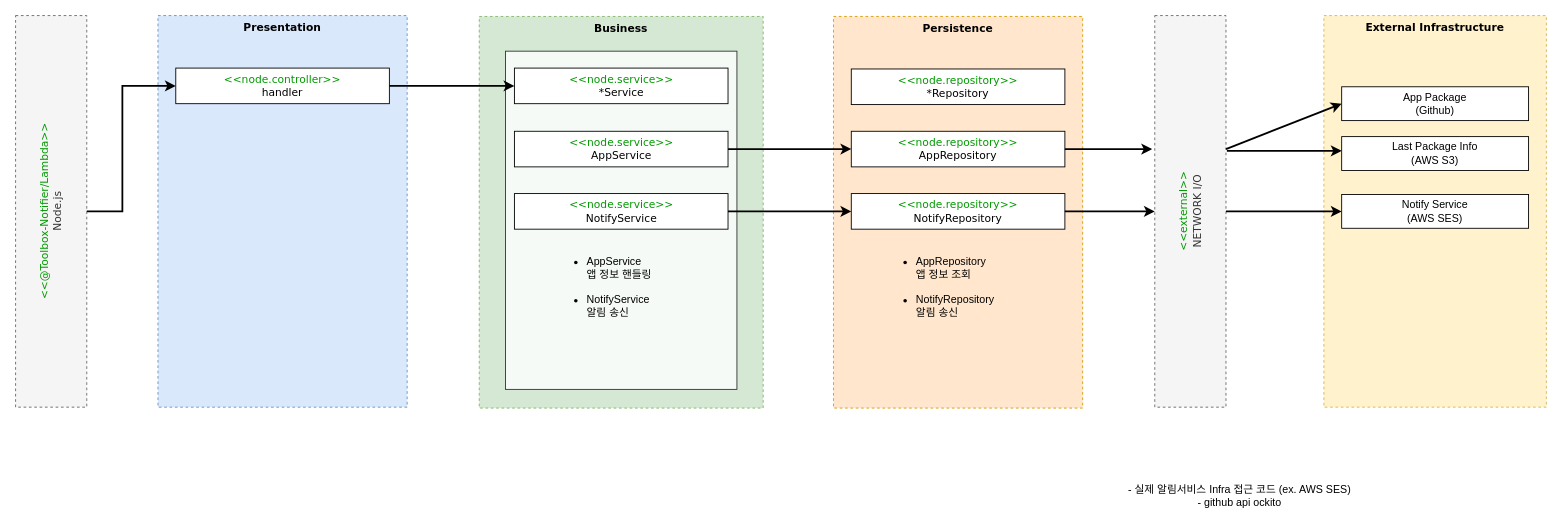
The draw.io diagram page "Code Architecture" (1 of 3) of docs/Architecture-Document.drawio in milkcoke/Toolbox-Notifier, before the edit. Source tidied: cells renumbered, new cells numbered last; positions are measured from the earlier drawing's top-left corner, leaving out a move shared by most shapes. Both pictures are drawn from the tidied source at 89%, with x=0, y=0 at pixel (15, 15).
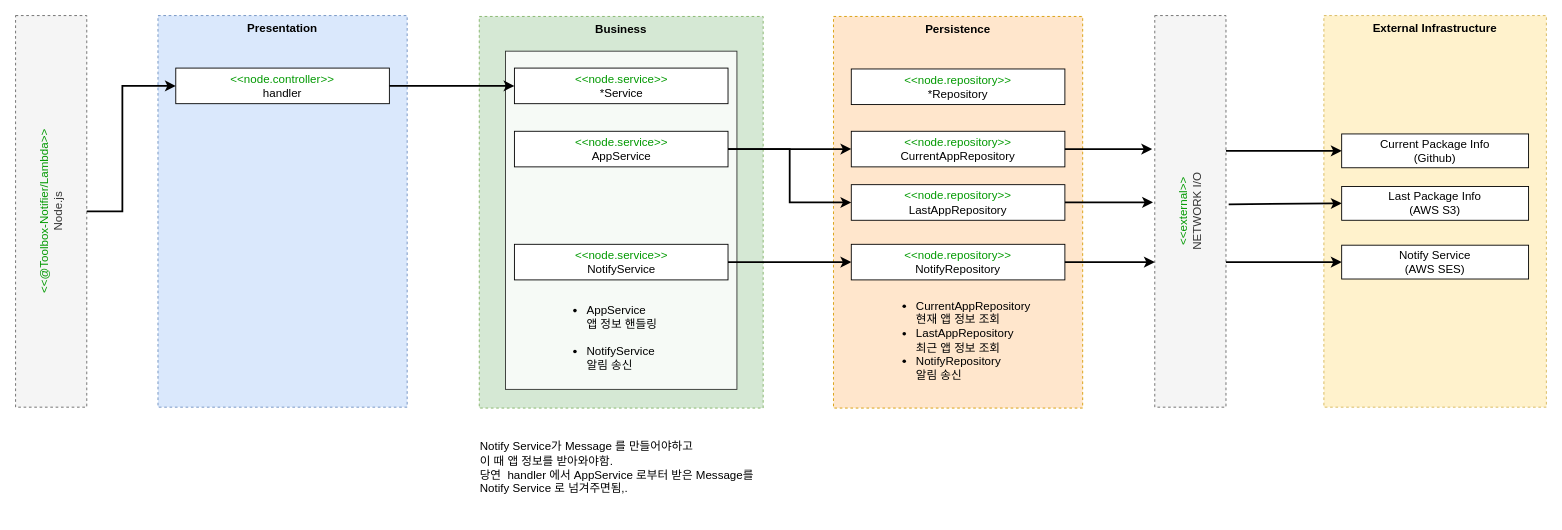
The same page after the edit.

Diff of the diagram source:
```diff
@@
-    <mxCell id="2" value="&lt;font color=&quot;#009900&quot;&gt;&amp;lt;&amp;lt;@Toolbox-Notifier/Lambda&amp;gt;&amp;gt;&lt;/font&gt;&lt;br&gt;Node.js" style="rounded=0;whiteSpace=wrap;html=1;fontFamily=Verdana;fontColor=#333333;horizontal=0;fontStyle=0;fillColor=#f5f5f5;dashed=1;strokeColor=#666666;" parent="1" vertex="1">
+    <mxCell id="2" value="&lt;font color=&quot;#009900&quot; style=&quot;font-size: 13px;&quot;&gt;&amp;lt;&amp;lt;@Toolbox-Notifier/Lambda&amp;gt;&amp;gt;&lt;/font&gt;&lt;br style=&quot;font-size: 13px;&quot;&gt;Node.js" style="rounded=0;whiteSpace=wrap;html=1;fontFamily=AppleSDGothicNeoM00;fontColor=#333333;horizontal=0;fontStyle=0;fillColor=#f5f5f5;dashed=1;strokeColor=#666666;fontSize=13;" parent="1" vertex="1">
       <mxGeometry width="80" height="440" as="geometry" />
     </mxCell>
-    <mxCell id="3" value="&lt;span&gt;&lt;b&gt;Presentation&lt;/b&gt;&lt;/span&gt;" style="rounded=0;whiteSpace=wrap;html=1;fontFamily=Verdana;strokeColor=#6c8ebf;fillColor=#dae8fc;align=center;verticalAlign=top;dashed=1;fontStyle=0;" parent="1" vertex="1">
+    <mxCell id="3" value="&lt;span style=&quot;font-size: 13px;&quot;&gt;&lt;b style=&quot;font-size: 13px;&quot;&gt;Presentation&lt;/b&gt;&lt;/span&gt;" style="rounded=0;whiteSpace=wrap;html=1;fontFamily=AppleSDGothicNeoM00;strokeColor=#6c8ebf;fillColor=#dae8fc;align=center;verticalAlign=top;dashed=1;fontStyle=0;fontSize=13;" parent="1" vertex="1">
       <mxGeometry x="160" width="280" height="440" as="geometry" />
     </mxCell>
-    <mxCell id="4" value="&lt;font color=&quot;#009900&quot;&gt;&amp;lt;&amp;lt;node.controller&amp;gt;&amp;gt;&lt;/font&gt;&lt;br&gt;handler" style="rounded=0;whiteSpace=wrap;html=1;horizontal=1;fontFamily=Verdana;fontStyle=0;" parent="1" vertex="1">
+    <mxCell id="4" value="&lt;font color=&quot;#009900&quot; style=&quot;font-size: 13px;&quot;&gt;&amp;lt;&amp;lt;node.controller&amp;gt;&amp;gt;&lt;/font&gt;&lt;br style=&quot;font-size: 13px;&quot;&gt;handler" style="rounded=0;whiteSpace=wrap;html=1;horizontal=1;fontFamily=AppleSDGothicNeoM00;fontStyle=0;fontSize=13;" parent="1" vertex="1">
       <mxGeometry x="180" y="59" width="240" height="40" as="geometry" />
     </mxCell>
-    <mxCell id="5" value="&lt;b&gt;Persistence&lt;/b&gt;" style="rounded=0;whiteSpace=wrap;html=1;fontFamily=Verdana;strokeColor=#d79b00;fillColor=#ffe6cc;align=center;verticalAlign=top;dashed=1;fontStyle=0;" parent="1" vertex="1">
+    <mxCell id="5" value="&lt;b style=&quot;font-size: 13px;&quot;&gt;Persistence&lt;/b&gt;" style="rounded=0;whiteSpace=wrap;html=1;fontFamily=AppleSDGothicNeoM00;strokeColor=#d79b00;fillColor=#ffe6cc;align=center;verticalAlign=top;dashed=1;fontStyle=0;fontSize=13;" parent="1" vertex="1">
       <mxGeometry x="919" y="1" width="280" height="440" as="geometry" />
     </mxCell>
-    <mxCell id="6" value="&lt;font color=&quot;#009900&quot;&gt;&amp;lt;&amp;lt;external&amp;gt;&amp;gt;&lt;/font&gt;&lt;br&gt;NETWORK I/O" style="rounded=0;whiteSpace=wrap;html=1;fontFamily=Verdana;fontColor=#333333;horizontal=0;fontStyle=0;fillColor=#f5f5f5;dashed=1;strokeColor=#666666;" parent="1" vertex="1">
+    <mxCell id="6" value="&lt;font color=&quot;#009900&quot; style=&quot;font-size: 13px;&quot;&gt;&amp;lt;&amp;lt;external&amp;gt;&amp;gt;&lt;/font&gt;&lt;br style=&quot;font-size: 13px;&quot;&gt;NETWORK I/O" style="rounded=0;whiteSpace=wrap;html=1;fontFamily=AppleSDGothicNeoM00;fontColor=#333333;horizontal=0;fontStyle=0;fillColor=#f5f5f5;dashed=1;strokeColor=#666666;fontSize=13;" parent="1" vertex="1">
       <mxGeometry x="1280" width="80" height="440" as="geometry" />
     </mxCell>
-    <mxCell id="7" value="&lt;font color=&quot;#009900&quot;&gt;&amp;lt;&amp;lt;node.repository&amp;gt;&amp;gt;&lt;/font&gt;&lt;br&gt;*Repository" style="rounded=0;whiteSpace=wrap;html=1;horizontal=1;fontFamily=Verdana;fontStyle=0;" parent="1" vertex="1">
+    <mxCell id="7" value="&lt;font color=&quot;#009900&quot; style=&quot;font-size: 13px;&quot;&gt;&amp;lt;&amp;lt;node.repository&amp;gt;&amp;gt;&lt;/font&gt;&lt;br style=&quot;font-size: 13px;&quot;&gt;*Repository" style="rounded=0;whiteSpace=wrap;html=1;horizontal=1;fontFamily=AppleSDGothicNeoM00;fontStyle=0;fontSize=13;" parent="1" vertex="1">
       <mxGeometry x="939" y="60" width="240" height="40" as="geometry" />
     </mxCell>
-    <mxCell id="8" style="endArrow=classic;html=1;rounded=0;fontFamily=Verdana;exitX=1;exitY=0.5;exitDx=0;exitDy=0;entryX=0;entryY=0.5;entryDx=0;entryDy=0;strokeWidth=2;" parent="1" edge="1" source="2" target="4">
+    <mxCell id="8" style="endArrow=classic;html=1;rounded=0;fontFamily=AppleSDGothicNeoM00;exitX=1;exitY=0.5;exitDx=0;exitDy=0;entryX=0;entryY=0.5;entryDx=0;entryDy=0;strokeWidth=2;fontSize=13;" parent="1" edge="1" source="2" target="4">
       <mxGeometry relative="1" as="geometry">
         <Array as="points">
           <mxPoint x="120" y="220" />
           <mxPoint x="120" y="79" />
         </Array>
       </mxGeometry>
     </mxCell>
-    <mxCell id="9" value="&lt;b&gt;Business&lt;/b&gt;" style="rounded=0;whiteSpace=wrap;html=1;fontFamily=Verdana;strokeColor=#82b366;fillColor=#d5e8d4;align=center;verticalAlign=top;dashed=1;fontStyle=0;" parent="1" vertex="1">
+    <mxCell id="9" value="&lt;b style=&quot;font-size: 13px;&quot;&gt;Business&lt;/b&gt;" style="rounded=0;whiteSpace=wrap;html=1;fontFamily=AppleSDGothicNeoM00;strokeColor=#82b366;fillColor=#d5e8d4;align=center;verticalAlign=top;dashed=1;fontStyle=0;fontSize=13;" parent="1" vertex="1">
       <mxGeometry x="521" y="1" width="319" height="440" as="geometry" />
     </mxCell>
-    <mxCell id="10" style="rounded=0;whiteSpace=wrap;html=1;opacity=80;" parent="1" vertex="1">
+    <mxCell id="10" style="rounded=0;whiteSpace=wrap;html=1;opacity=80;fontFamily=AppleSDGothicNeoM00;fontSize=13;" parent="1" vertex="1">
       <mxGeometry x="550.5" y="40" width="260" height="380" as="geometry" />
     </mxCell>
-    <mxCell id="11" value="&lt;font color=&quot;#009900&quot;&gt;&amp;lt;&amp;lt;node.service&amp;gt;&amp;gt;&lt;/font&gt;&lt;br&gt;*Service" style="rounded=0;whiteSpace=wrap;html=1;horizontal=1;fontFamily=Verdana;fontStyle=0;" parent="1" vertex="1">
+    <mxCell id="11" value="&lt;font color=&quot;#009900&quot; style=&quot;font-size: 13px;&quot;&gt;&amp;lt;&amp;lt;node.service&amp;gt;&amp;gt;&lt;/font&gt;&lt;br style=&quot;font-size: 13px;&quot;&gt;*Service" style="rounded=0;whiteSpace=wrap;html=1;horizontal=1;fontFamily=AppleSDGothicNeoM00;fontStyle=0;fontSize=13;" parent="1" vertex="1">
       <mxGeometry x="560.5" y="59" width="240" height="40" as="geometry" />
     </mxCell>
-    <mxCell id="12" style="endArrow=classic;html=1;rounded=0;fontFamily=Verdana;exitX=1;exitY=0.5;exitDx=0;exitDy=0;entryX=0;entryY=0.5;entryDx=0;entryDy=0;strokeWidth=2;" parent="1" edge="1" source="4" target="11">
+    <mxCell id="12" style="endArrow=classic;html=1;rounded=0;fontFamily=AppleSDGothicNeoM00;exitX=1;exitY=0.5;exitDx=0;exitDy=0;entryX=0;entryY=0.5;entryDx=0;entryDy=0;strokeWidth=2;fontSize=13;" parent="1" edge="1" source="4" target="11">
       <mxGeometry relative="1" as="geometry" />
     </mxCell>
-    <mxCell id="13" style="endArrow=classic;html=1;rounded=0;fontFamily=Verdana;entryX=0;entryY=0.5;entryDx=0;entryDy=0;exitX=1;exitY=0.5;exitDx=0;exitDy=0;strokeWidth=2;" parent="1" edge="1" source="20" target="22">
+    <mxCell id="13" style="endArrow=classic;html=1;rounded=0;fontFamily=AppleSDGothicNeoM00;entryX=0;entryY=0.5;entryDx=0;entryDy=0;exitX=1;exitY=0.5;exitDx=0;exitDy=0;strokeWidth=2;fontSize=13;" parent="1" edge="1" source="20" target="22">
       <mxGeometry relative="1" as="geometry" />
     </mxCell>
-    <mxCell id="14" value="&lt;ul&gt;&lt;li&gt;AppService&lt;br style=&quot;border-color: var(--border-color);&quot;&gt;앱 정보 핸들링&lt;br&gt;&lt;br&gt;&lt;/li&gt;&lt;li&gt;NotifyService&lt;br style=&quot;border-color: var(--border-color);&quot;&gt;알림 송신&lt;/li&gt;&lt;/ul&gt;" style="text;html=1;align=left;verticalAlign=middle;strokeColor=none;fillColor=none;" parent="1" vertex="1">
-      <mxGeometry x="600" y="250" width="130" height="110" as="geometry" />
+    <mxCell id="14" value="&lt;ul style=&quot;font-size: 13px;&quot;&gt;&lt;li style=&quot;font-size: 13px;&quot;&gt;AppService&lt;br style=&quot;border-color: var(--border-color); font-size: 13px;&quot;&gt;앱 정보 핸들링&lt;br style=&quot;font-size: 13px;&quot;&gt;&lt;br style=&quot;font-size: 13px;&quot;&gt;&lt;/li&gt;&lt;li style=&quot;font-size: 13px;&quot;&gt;NotifyService&lt;br style=&quot;border-color: var(--border-color); font-size: 13px;&quot;&gt;알림 송신&lt;/li&gt;&lt;/ul&gt;" style="text;html=1;align=left;verticalAlign=middle;strokeColor=none;fillColor=none;fontFamily=AppleSDGothicNeoM00;fontSize=13;" parent="1" vertex="1">
+      <mxGeometry x="600" y="302" width="140" height="120" as="geometry" />
     </mxCell>
-    <mxCell id="15" value="- 실제 알림서비스 Infra 접근 코드 (ex. AWS SES)&lt;br&gt;- github api ockito" style="text;html=1;align=center;verticalAlign=middle;strokeColor=none;fillColor=none;" parent="1" vertex="1">
-      <mxGeometry x="1240" y="520" width="270" height="40" as="geometry" />
-    </mxCell>
-    <mxCell id="16" value="&lt;b&gt;External Infrastructure&lt;/b&gt;" style="rounded=0;whiteSpace=wrap;html=1;fontFamily=Verdana;strokeColor=#d6b656;fillColor=#fff2cc;align=center;verticalAlign=top;dashed=1;fontStyle=0;" parent="1" vertex="1">
+    <mxCell id="16" value="&lt;b style=&quot;font-size: 13px;&quot;&gt;External Infrastructure&lt;/b&gt;" style="rounded=0;whiteSpace=wrap;html=1;fontFamily=AppleSDGothicNeoM00;strokeColor=#d6b656;fillColor=#fff2cc;align=center;verticalAlign=top;dashed=1;fontStyle=0;fontSize=13;" parent="1" vertex="1">
       <mxGeometry x="1470" width="250" height="440" as="geometry" />
     </mxCell>
-    <mxCell id="17" value="App Package&lt;br&gt;(Github)" style="rounded=0;whiteSpace=wrap;html=1;" parent="1" vertex="1">
-      <mxGeometry x="1490" y="80" width="210" height="38" as="geometry" />
+    <mxCell id="17" value="Current Package Info&lt;br style=&quot;font-size: 13px;&quot;&gt;(Github)" style="rounded=0;whiteSpace=wrap;html=1;fontFamily=AppleSDGothicNeoM00;fontSize=13;" parent="1" vertex="1">
+      <mxGeometry x="1490" y="133" width="210" height="38" as="geometry" />
     </mxCell>
-    <mxCell id="18" style="endArrow=classic;html=1;rounded=0;fontFamily=Verdana;entryX=0;entryY=0.5;entryDx=0;entryDy=0;strokeWidth=2;" parent="1" edge="1" target="17">
-      <mxGeometry relative="1" as="geometry">
-        <mxPoint x="1360" y="150" as="sourcePoint" />
-      </mxGeometry>
-    </mxCell>
-    <mxCell id="19" value="&lt;font color=&quot;#009900&quot;&gt;&amp;lt;&amp;lt;node.service&amp;gt;&amp;gt;&lt;/font&gt;&lt;br&gt;NotifyService" style="rounded=0;whiteSpace=wrap;html=1;horizontal=1;fontFamily=Verdana;fontStyle=0;" parent="1" vertex="1">
-      <mxGeometry x="560.5" y="200" width="240" height="40" as="geometry" />
+    <mxCell id="19" value="&lt;font color=&quot;#009900&quot; style=&quot;font-size: 13px;&quot;&gt;&amp;lt;&amp;lt;node.service&amp;gt;&amp;gt;&lt;/font&gt;&lt;br style=&quot;font-size: 13px;&quot;&gt;NotifyService" style="rounded=0;whiteSpace=wrap;html=1;horizontal=1;fontFamily=AppleSDGothicNeoM00;fontStyle=0;fontSize=13;" parent="1" vertex="1">
+      <mxGeometry x="560.5" y="257" width="240" height="40" as="geometry" />
     </mxCell>
+    <mxCell id="31" style="edgeStyle=orthogonalEdgeStyle;rounded=0;jettySize=auto;html=1;exitX=1;exitY=0.5;exitDx=0;exitDy=0;entryX=0;entryY=0.5;entryDx=0;entryDy=0;strokeWidth=2;fontFamily=AppleSDGothicNeoM00;fontSize=13;" parent="1" edge="1" source="20" target="33">
+      <mxGeometry relative="1" as="geometry" />
+    </mxCell>
-    <mxCell id="20" value="&lt;font color=&quot;#009900&quot;&gt;&amp;lt;&amp;lt;node.service&amp;gt;&amp;gt;&lt;/font&gt;&lt;br&gt;AppService" style="rounded=0;whiteSpace=wrap;html=1;horizontal=1;fontFamily=Verdana;fontStyle=0;" parent="1" vertex="1">
+    <mxCell id="20" value="&lt;font color=&quot;#009900&quot; style=&quot;font-size: 13px;&quot;&gt;&amp;lt;&amp;lt;node.service&amp;gt;&amp;gt;&lt;/font&gt;&lt;br style=&quot;font-size: 13px;&quot;&gt;AppService" style="rounded=0;whiteSpace=wrap;html=1;horizontal=1;fontFamily=AppleSDGothicNeoM00;fontStyle=0;fontSize=13;" parent="1" vertex="1">
       <mxGeometry x="560.5" y="130" width="240" height="40" as="geometry" />
     </mxCell>
-    <mxCell id="21" value="&lt;font color=&quot;#009900&quot;&gt;&amp;lt;&amp;lt;node.repository&amp;gt;&amp;gt;&lt;/font&gt;&lt;br&gt;NotifyRepository" style="rounded=0;whiteSpace=wrap;html=1;horizontal=1;fontFamily=Verdana;fontStyle=0;" parent="1" vertex="1">
-      <mxGeometry x="939" y="200" width="240" height="40" as="geometry" />
+    <mxCell id="21" value="&lt;font color=&quot;#009900&quot; style=&quot;font-size: 13px;&quot;&gt;&amp;lt;&amp;lt;node.repository&amp;gt;&amp;gt;&lt;/font&gt;&lt;br style=&quot;font-size: 13px;&quot;&gt;NotifyRepository" style="rounded=0;whiteSpace=wrap;html=1;horizontal=1;fontFamily=AppleSDGothicNeoM00;fontStyle=0;fontSize=13;" parent="1" vertex="1">
+      <mxGeometry x="939" y="257" width="240" height="40" as="geometry" />
     </mxCell>
-    <mxCell id="22" value="&lt;font color=&quot;#009900&quot;&gt;&amp;lt;&amp;lt;node.repository&amp;gt;&amp;gt;&lt;/font&gt;&lt;br&gt;AppRepository" style="rounded=0;whiteSpace=wrap;html=1;horizontal=1;fontFamily=Verdana;fontStyle=0;" parent="1" vertex="1">
+    <mxCell id="22" value="&lt;font color=&quot;#009900&quot; style=&quot;font-size: 13px;&quot;&gt;&amp;lt;&amp;lt;node.repository&amp;gt;&amp;gt;&lt;/font&gt;&lt;br style=&quot;font-size: 13px;&quot;&gt;CurrentAppRepository" style="rounded=0;whiteSpace=wrap;html=1;horizontal=1;fontFamily=AppleSDGothicNeoM00;fontStyle=0;fontSize=13;" parent="1" vertex="1">
       <mxGeometry x="939" y="130" width="240" height="40" as="geometry" />
     </mxCell>
-    <mxCell id="23" style="endArrow=classic;html=1;rounded=0;fontFamily=Verdana;entryX=0;entryY=0.5;entryDx=0;entryDy=0;exitX=1;exitY=0.5;exitDx=0;exitDy=0;strokeWidth=2;" parent="1" edge="1" source="19" target="21">
+    <mxCell id="23" style="endArrow=classic;html=1;rounded=0;fontFamily=AppleSDGothicNeoM00;entryX=0;entryY=0.5;entryDx=0;entryDy=0;exitX=1;exitY=0.5;exitDx=0;exitDy=0;strokeWidth=2;fontSize=13;" parent="1" edge="1" source="19" target="21">
       <mxGeometry relative="1" as="geometry" />
     </mxCell>
-    <mxCell id="24" style="endArrow=classic;html=1;rounded=0;fontFamily=Verdana;entryX=-0.037;entryY=0.341;entryDx=0;entryDy=0;exitX=1;exitY=0.5;exitDx=0;exitDy=0;entryPerimeter=0;strokeWidth=2;" parent="1" edge="1" source="22" target="6">
+    <mxCell id="24" style="endArrow=classic;html=1;rounded=0;fontFamily=AppleSDGothicNeoM00;entryX=-0.037;entryY=0.341;entryDx=0;entryDy=0;exitX=1;exitY=0.5;exitDx=0;exitDy=0;entryPerimeter=0;strokeWidth=2;fontSize=13;" parent="1" edge="1" source="22" target="6">
       <mxGeometry relative="1" as="geometry" />
     </mxCell>
-    <mxCell id="25" style="endArrow=classic;html=1;rounded=0;fontFamily=Verdana;entryX=0;entryY=0.5;entryDx=0;entryDy=0;exitX=1;exitY=0.5;exitDx=0;exitDy=0;strokeWidth=2;" parent="1" edge="1" source="21" target="6">
-      <mxGeometry relative="1" as="geometry" />
+    <mxCell id="25" style="endArrow=classic;html=1;rounded=0;fontFamily=AppleSDGothicNeoM00;entryX=0;entryY=0.5;entryDx=0;entryDy=0;exitX=1;exitY=0.5;exitDx=0;exitDy=0;strokeWidth=2;fontSize=13;" parent="1" edge="1" source="21">
+      <mxGeometry relative="1" as="geometry">
+        <mxPoint x="1280" y="277" as="targetPoint" />
+      </mxGeometry>
     </mxCell>
-    <mxCell id="26" style="endArrow=classic;html=1;rounded=0;fontFamily=Verdana;exitX=1;exitY=0.5;exitDx=0;exitDy=0;entryX=0;entryY=0.5;entryDx=0;entryDy=0;strokeWidth=2;" parent="1" edge="1" source="6" target="27">
-      <mxGeometry relative="1" as="geometry" />
+    <mxCell id="26" style="endArrow=classic;html=1;rounded=0;fontFamily=AppleSDGothicNeoM00;exitX=1;exitY=0.5;exitDx=0;exitDy=0;entryX=0;entryY=0.5;entryDx=0;entryDy=0;strokeWidth=2;fontSize=13;" parent="1" edge="1" target="27">
+      <mxGeometry relative="1" as="geometry">
+        <mxPoint x="1360" y="277" as="sourcePoint" />
+      </mxGeometry>
     </mxCell>
-    <mxCell id="27" value="Notify Service&lt;br&gt;(AWS SES)" style="rounded=0;whiteSpace=wrap;html=1;" parent="1" vertex="1">
-      <mxGeometry x="1490" y="201" width="210" height="38" as="geometry" />
+    <mxCell id="27" value="Notify Service&lt;br style=&quot;font-size: 13px;&quot;&gt;(AWS SES)" style="rounded=0;whiteSpace=wrap;html=1;fontFamily=AppleSDGothicNeoM00;fontSize=13;" parent="1" vertex="1">
+      <mxGeometry x="1490" y="258" width="210" height="38" as="geometry" />
     </mxCell>
-    <mxCell id="28" value="&lt;ul&gt;&lt;li&gt;AppRepository&lt;br style=&quot;border-color: var(--border-color);&quot;&gt;앱 정보 조회&lt;br&gt;&lt;br&gt;&lt;/li&gt;&lt;li&gt;NotifyRepository&lt;br style=&quot;border-color: var(--border-color);&quot;&gt;알림 송신&lt;/li&gt;&lt;/ul&gt;" style="text;html=1;align=left;verticalAlign=middle;strokeColor=none;fillColor=none;" parent="1" vertex="1">
-      <mxGeometry x="970" y="250" width="150" height="110" as="geometry" />
+    <mxCell id="28" value="&lt;ul style=&quot;font-size: 13px;&quot;&gt;&lt;li style=&quot;font-size: 13px;&quot;&gt;CurrentAppRepository&lt;br style=&quot;border-color: var(--border-color); font-size: 13px;&quot;&gt;현재 앱 정보 조회&lt;/li&gt;&lt;li style=&quot;font-size: 13px;&quot;&gt;LastAppRepository&lt;br style=&quot;font-size: 13px;&quot;&gt;최근 앱 정보 조회&lt;/li&gt;&lt;li style=&quot;font-size: 13px;&quot;&gt;NotifyRepository&lt;br style=&quot;border-color: var(--border-color); font-size: 13px;&quot;&gt;알림 송신&lt;/li&gt;&lt;/ul&gt;" style="text;html=1;align=left;verticalAlign=middle;strokeColor=none;fillColor=none;fontFamily=AppleSDGothicNeoM00;fontSize=13;" parent="1" vertex="1">
+      <mxGeometry x="970" y="300" width="180" height="130" as="geometry" />
     </mxCell>
-    <mxCell id="29" value="Last Package Info&lt;br&gt;(AWS S3)" style="rounded=0;whiteSpace=wrap;html=1;" parent="1" vertex="1">
-      <mxGeometry x="1490" y="136" width="210" height="38" as="geometry" />
+    <mxCell id="29" value="Last Package Info&lt;br style=&quot;font-size: 13px;&quot;&gt;(AWS S3)" style="rounded=0;whiteSpace=wrap;html=1;fontFamily=AppleSDGothicNeoM00;fontSize=13;" parent="1" vertex="1">
+      <mxGeometry x="1490" y="192" width="210" height="38" as="geometry" />
     </mxCell>
-    <mxCell id="30" style="endArrow=classic;html=1;rounded=0;fontFamily=Verdana;entryX=0;entryY=0.5;entryDx=0;entryDy=0;exitX=1.013;exitY=0.352;exitDx=0;exitDy=0;exitPerimeter=0;strokeWidth=2;" parent="1" edge="1">
-      <mxGeometry relative="1" as="geometry">
-        <mxPoint x="1361" y="151.9" as="sourcePoint" />
-        <mxPoint x="1490" y="152" as="targetPoint" />
-      </mxGeometry>
+    <mxCell id="30" style="endArrow=classic;html=1;rounded=0;fontFamily=AppleSDGothicNeoM00;entryX=0;entryY=0.5;entryDx=0;entryDy=0;exitX=1.038;exitY=0.482;exitDx=0;exitDy=0;strokeWidth=2;exitPerimeter=0;fontSize=13;" parent="1" edge="1" source="6" target="29">
+      <mxGeometry relative="1" as="geometry" />
     </mxCell>
+    <mxCell id="32" style="edgeStyle=orthogonalEdgeStyle;shape=connector;rounded=0;jettySize=auto;html=1;entryX=-0.025;entryY=0.477;entryDx=0;entryDy=0;entryPerimeter=0;labelBackgroundColor=default;strokeColor=default;strokeWidth=2;fontFamily=AppleSDGothicNeoM00;fontSize=13;fontColor=default;endArrow=classic;" parent="1" edge="1" source="33" target="6">
+      <mxGeometry relative="1" as="geometry" />
+    </mxCell>
+    <mxCell id="33" value="&lt;font color=&quot;#009900&quot; style=&quot;font-size: 13px;&quot;&gt;&amp;lt;&amp;lt;node.repository&amp;gt;&amp;gt;&lt;/font&gt;&lt;br style=&quot;font-size: 13px;&quot;&gt;LastAppRepository" style="rounded=0;whiteSpace=wrap;html=1;horizontal=1;fontFamily=AppleSDGothicNeoM00;fontStyle=0;fontSize=13;" parent="1" vertex="1">
+      <mxGeometry x="939" y="190" width="240" height="40" as="geometry" />
+    </mxCell>
+    <mxCell id="34" style="endArrow=classic;html=1;rounded=0;fontFamily=AppleSDGothicNeoM00;entryX=0;entryY=0.5;entryDx=0;entryDy=0;strokeWidth=2;fontSize=13;" parent="1" edge="1" target="17">
+      <mxGeometry relative="1" as="geometry">
+        <mxPoint x="1360" y="152" as="sourcePoint" />
+      </mxGeometry>
+    </mxCell>
+    <mxCell id="35" value="Notify Service가 Message 를 만들어야하고&lt;br&gt;이 때 앱 정보를 받아와야함.&lt;br&gt;당연&amp;nbsp; handler 에서 AppService 로부터 받은 Message를&lt;br&gt;Notify Service 로 넘겨주면됨,." style="text;html=1;align=left;verticalAlign=middle;strokeColor=none;fillColor=none;fontSize=13;fontFamily=AppleSDGothicNeoM00;fontColor=default;" parent="1" vertex="1">
+      <mxGeometry x="520" y="468" width="310" height="80" as="geometry" />
+    </mxCell>
```
